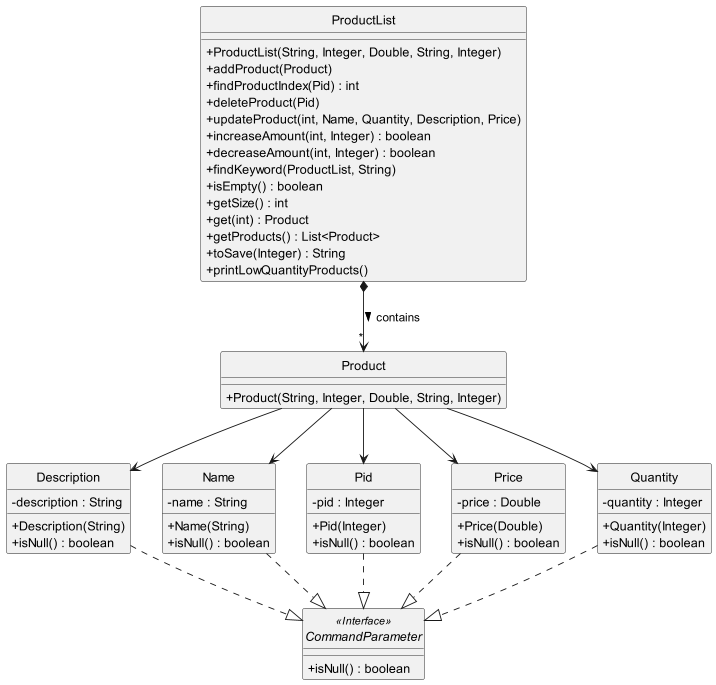
Above: docs/images/DataClassDiagram.png in leongxingyu/tp (PlantUML), before the change.
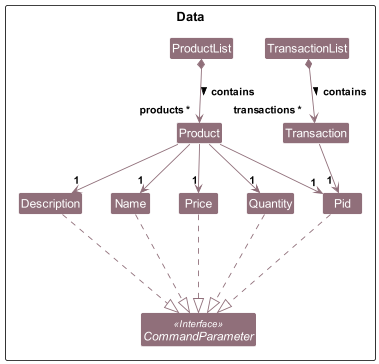
Later version of the same file.

Change to the diagram source:
```diff
@@ -1,73 +1,91 @@
 @startuml
+!include style.puml
+skinparam arrowThickness 1.1
+skinparam arrowColor DATA_COLOR
+skinparam classBackgroundColor DATA_COLOR
 hide circle
 skinparam classAttributeIconSize 0
 
-class Description {
-    - description : String
-    + Description(String)
-    + isNull() : boolean
+package Data as DataPackage {
+
+    class Description {
+        - description : String
+        + Description(String)
+        + isNull() : boolean
+    }
+
+    class Name {
+        - name : String
+        + Name(String)
+        + isNull() : boolean
+    }
+
+    class Pid {
+        - pid : Integer
+        + Pid(Integer)
+        + isNull() : boolean
+    }
+
+    class Price {
+        - price : Double
+        + Price(Double)
+        + isNull() : boolean
+    }
+
+    class Quantity {
+        - quantity : Integer
+        + Quantity(Integer)
+        + isNull() : boolean
+    }
+
+    class Product {
+        + Product(String, Integer, Double, String, Integer)
+    }
+
+    class ProductList {
+        + ProductList(String, Integer, Double, String, Integer)
+        + addProduct(Product)
+        + findProductIndex(Pid) : int
+        + deleteProduct(Pid)
+        + updateProduct(int, Name, Quantity, Description, Price)
+        + increaseAmount(int, Integer) : boolean
+        + decreaseAmount(int, Integer) : boolean
+        + findKeyword(ProductList, String)
+        + isEmpty() : boolean
+        + getSize() : int
+        + get(int) : Product
+        + getProducts() : List<Product>
+        + toSave(Integer) : String
+        + printLowQuantityProducts()
+    }
+
+    class Transaction {
+        - changeInQuantity : Integer
+        - time : LocalDateTime
+    }
+
+    class TransactionList {
+    }
+
+    interface CommandParameter <<Interface>> {
+        + isNull() : boolean
 }
 
-class Name {
-    - name : String
-    + Name(String)
-    + isNull() : boolean
-}
+ProductList *--> "products ~*" Product : > contains
+ProductList -right[hidden]-> TransactionList
+Product --> "1" Name
+Product --> "1" Quantity
+Product --> "1" Price
+Product --> "1" Description
+Product --> "1" Pid
+Quantity -right[hidden]-> Pid
+Transaction -down-> "1 " Pid
+TransactionList *--> "transactions ~*" Transaction :> contains
 
-class Pid {
-    - pid : Integer
-    + Pid(Integer)
-    + isNull() : boolean
-}
-
-class Price {
-    - price : Double
-    + Price(Double)
-    + isNull() : boolean
-}
-
-class Quantity {
-    - quantity : Integer
-    + Quantity(Integer)
-    + isNull() : boolean
-}
-
-class Product {
-    + Product(String, Integer, Double, String, Integer)
-}
-
-class ProductList {
-    + ProductList(String, Integer, Double, String, Integer)
-    + addProduct(Product)
-    + findProductIndex(Pid) : int
-    + deleteProduct(Pid)
-    + updateProduct(int, Name, Quantity, Description, Price)
-    + increaseAmount(int, Integer) : boolean
-    + decreaseAmount(int, Integer) : boolean
-    + findKeyword(ProductList, String)
-    + isEmpty() : boolean
-    + getSize() : int
-    + get(int) : Product
-    + getProducts() : List<Product>
-    + toSave(Integer) : String
-    + printLowQuantityProducts()
-}
-
-interface CommandParameter <<Interface>> {
-    + isNull() : boolean
-}
-
-ProductList *--> "*" Product : > contains
-Product --> Pid
-Product --> Name
-Product --> Quantity
-Product --> Price
-Product --> Description
-
-Pid ..|> CommandParameter
-Name ..|> CommandParameter
-Quantity ..|> CommandParameter
-Price ..|> CommandParameter
-Description ..|> CommandParameter
+Pid ...|> CommandParameter
+Name ...|> CommandParameter
+Quantity ...|> CommandParameter
+Price ...|> CommandParameter
+Description ...|> CommandParameter
 
 @enduml
```
